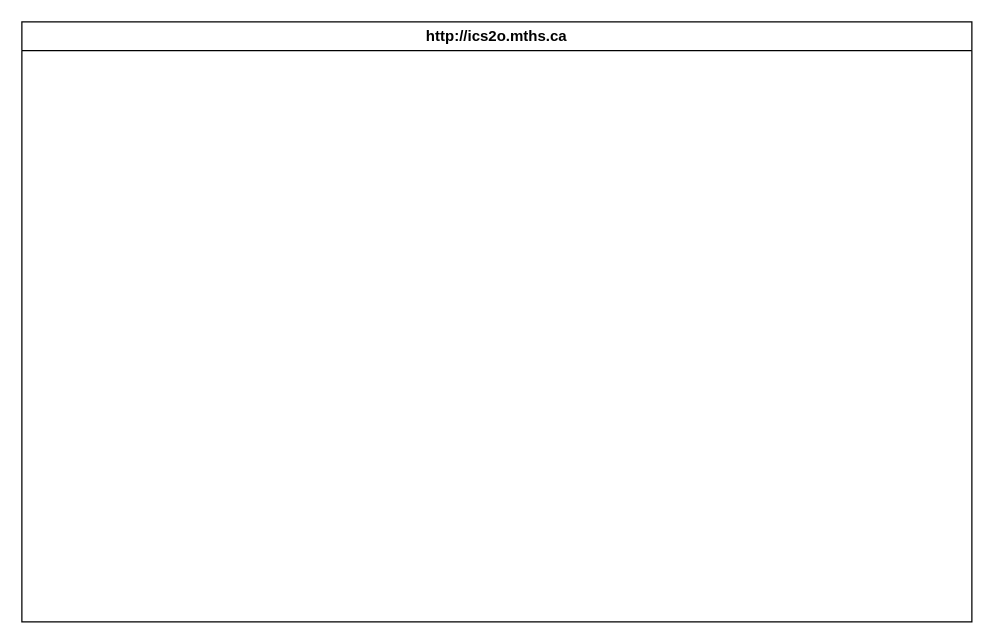
Before: design/storyboard.drawio in Adam-Batiuk/ICD2O-Unit-5-06-Adam-Batiuk, a draw.io diagram. Source tidied: cells renumbered, new cells numbered last; positions are measured from the earlier drawing's top-left corner, leaving out a move shared by most shapes. Both pictures are drawn from the tidied source at 125%, with x=0, y=0 at pixel (21, 21).
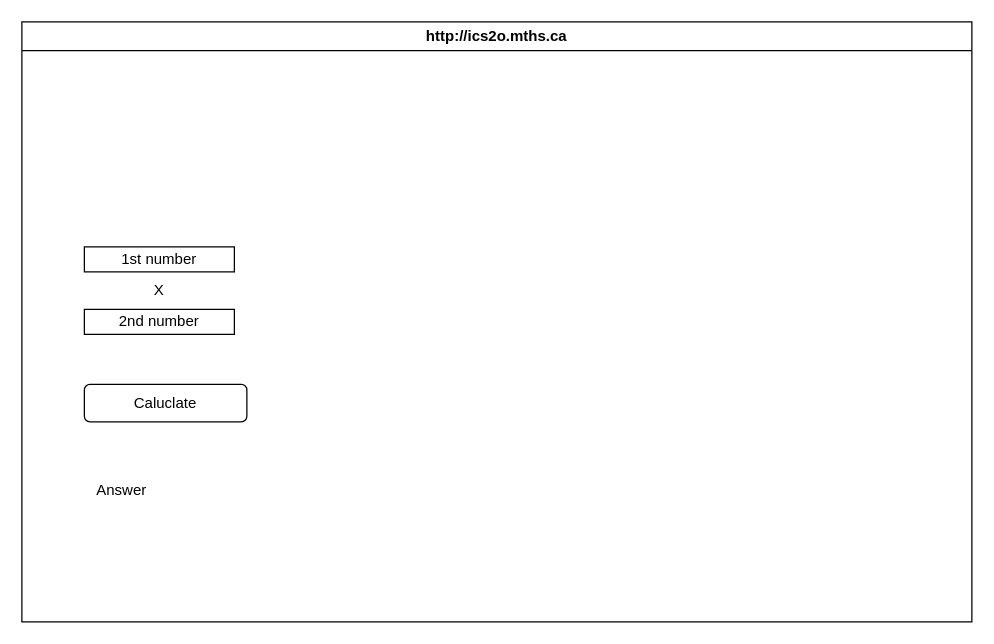
After the change.

Diff of the diagram source:
```diff
@@
 <mxGraphModel>
   <root>
     <mxCell id="0" />
     <mxCell id="1" parent="0" />
     <mxCell id="2" value="http://ics2o.mths.ca" style="swimlane;whiteSpace=wrap;html=1;" parent="1" vertex="1">
       <mxGeometry width="760" height="480" as="geometry" />
     </mxCell>
+    <mxCell id="3" value="1st number" style="rounded=0;whiteSpace=wrap;html=1;" parent="2" vertex="1">
+      <mxGeometry x="50" y="180" width="120" height="20" as="geometry" />
+    </mxCell>
+    <mxCell id="4" value="2nd number" style="rounded=0;whiteSpace=wrap;html=1;" parent="2" vertex="1">
+      <mxGeometry x="50" y="230" width="120" height="20" as="geometry" />
+    </mxCell>
+    <mxCell id="5" value="X" style="text;html=1;strokeColor=none;fillColor=none;align=center;verticalAlign=middle;whiteSpace=wrap;rounded=0;" parent="2" vertex="1">
+      <mxGeometry x="80" y="200" width="60" height="30" as="geometry" />
+    </mxCell>
+    <mxCell id="6" value="Caluclate" style="rounded=1;whiteSpace=wrap;html=1;" parent="2" vertex="1">
+      <mxGeometry x="50" y="290" width="130" height="30" as="geometry" />
+    </mxCell>
+    <mxCell id="7" value="Answer" style="text;html=1;strokeColor=none;fillColor=none;align=center;verticalAlign=middle;whiteSpace=wrap;rounded=0;" parent="2" vertex="1">
+      <mxGeometry x="50" y="360" width="60" height="30" as="geometry" />
+    </mxCell>
   </root>
 </mxGraphModel>
```
